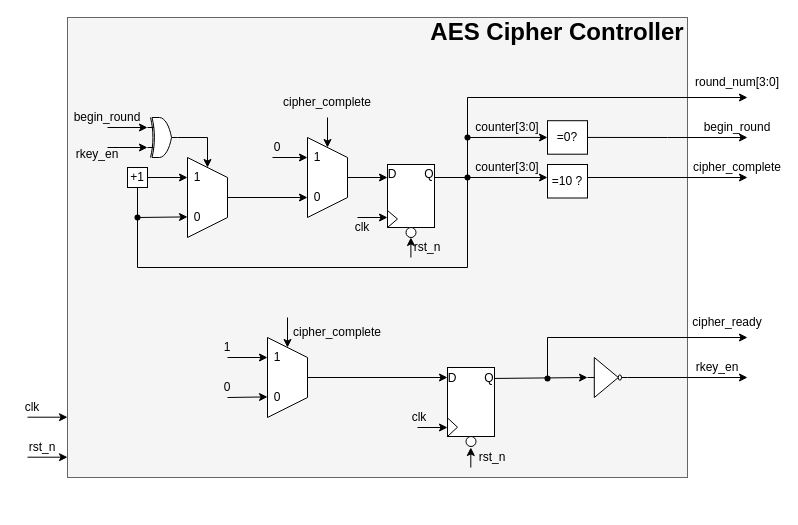
Before: page "AES Cipher Controller" (7 of 26) of AES128 Diagram.drawio in 106210049/AES-128, a draw.io diagram. Source tidied: cells renumbered, new cells numbered last; positions are measured from the earlier drawing's top-left corner, leaving out a move shared by most shapes. Both pictures are drawn from the tidied source at 100%, with x=0, y=0 at pixel (17, 17).
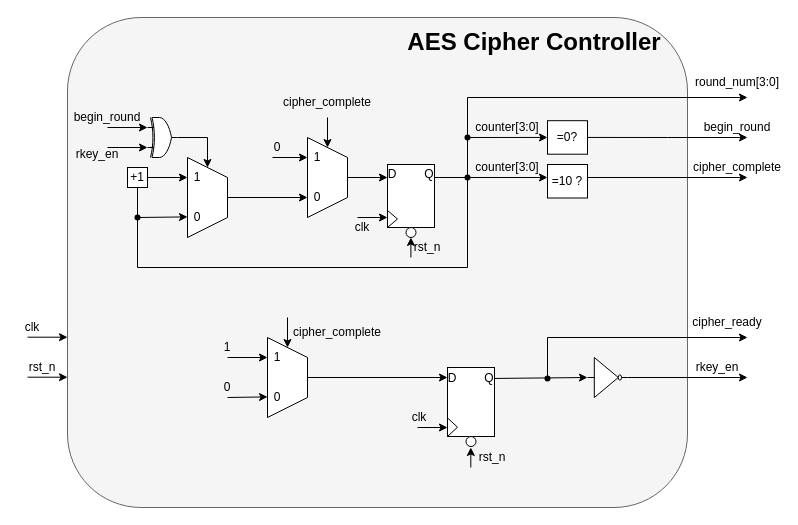
The same page after the edit.

Diff of the diagram source:
```diff
@@
-    <mxCell id="2" style="rounded=0;whiteSpace=wrap;html=1;fillColor=#f5f5f5;fontColor=#333333;strokeColor=#666666;" parent="1" vertex="1">
-      <mxGeometry x="50" width="620" height="460" as="geometry" />
-    </mxCell>
+    <mxCell id="96" style="rounded=1;whiteSpace=wrap;html=1;fillColor=#f5f5f5;fontColor=#333333;strokeColor=#666666;" parent="1" vertex="1">
+      <mxGeometry x="50" width="620" height="490" as="geometry" />
+    </mxCell>
@@
     <mxCell id="80" style="endArrow=classic;html=1;rounded=0;" parent="1" edge="1">
       <mxGeometry relative="1" as="geometry">
-        <mxPoint x="10" y="399.7" as="sourcePoint" />
-        <mxPoint x="50" y="399.7" as="targetPoint" />
+        <mxPoint x="10" y="319.7" as="sourcePoint" />
+        <mxPoint x="50" y="319.7" as="targetPoint" />
       </mxGeometry>
     </mxCell>
     <mxCell id="81" style="endArrow=classic;html=1;rounded=0;" parent="1" edge="1">
       <mxGeometry relative="1" as="geometry">
-        <mxPoint x="10" y="439.7" as="sourcePoint" />
-        <mxPoint x="50" y="439.7" as="targetPoint" />
+        <mxPoint x="10" y="359.7" as="sourcePoint" />
+        <mxPoint x="50" y="359.7" as="targetPoint" />
       </mxGeometry>
     </mxCell>
     <mxCell id="82" value="clk" style="text;strokeColor=none;align=center;fillColor=none;html=1;verticalAlign=middle;whiteSpace=wrap;rounded=0;" parent="1" vertex="1">
-      <mxGeometry y="380" width="30" height="20" as="geometry" />
+      <mxGeometry y="300" width="30" height="20" as="geometry" />
     </mxCell>
     <mxCell id="83" value="rst_n" style="text;strokeColor=none;align=center;fillColor=none;html=1;verticalAlign=middle;whiteSpace=wrap;rounded=0;" parent="1" vertex="1">
-      <mxGeometry x="10" y="420" width="30" height="20" as="geometry" />
+      <mxGeometry x="10" y="340" width="30" height="20" as="geometry" />
     </mxCell>
@@
     <mxCell id="86" value="&lt;font style=&quot;font-size: 24px;&quot;&gt;AES Cipher Controller&lt;/font&gt;" style="text;strokeColor=none;align=center;fillColor=none;html=1;verticalAlign=middle;whiteSpace=wrap;rounded=0;fontStyle=1;" parent="1" vertex="1">
-      <mxGeometry x="410" width="260" height="30" as="geometry" />
+      <mxGeometry x="387" y="10" width="260" height="30" as="geometry" />
     </mxCell>
```
